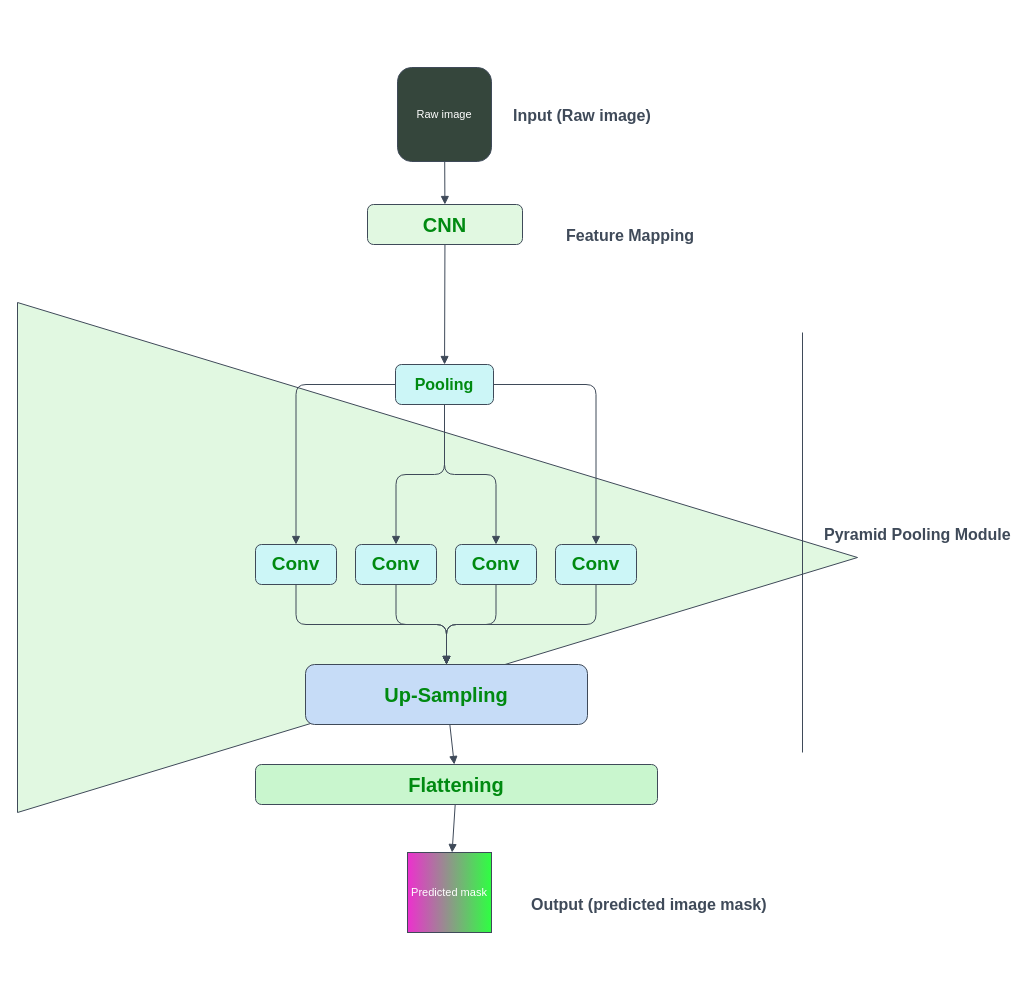
This is reports/06-model-pspnet-rosner-architecture.drawio from YOHANCOHENCODES/jun26_bcds_cloud_segmentation, a draw.io file, before an edit. Source tidied: cells renumbered, new cells numbered last; positions are measured from the earlier drawing's top-left corner, leaving out a move shared by most shapes. Both pictures are drawn from the tidied source at 100%, with x=0, y=0 at pixel (17, 67).
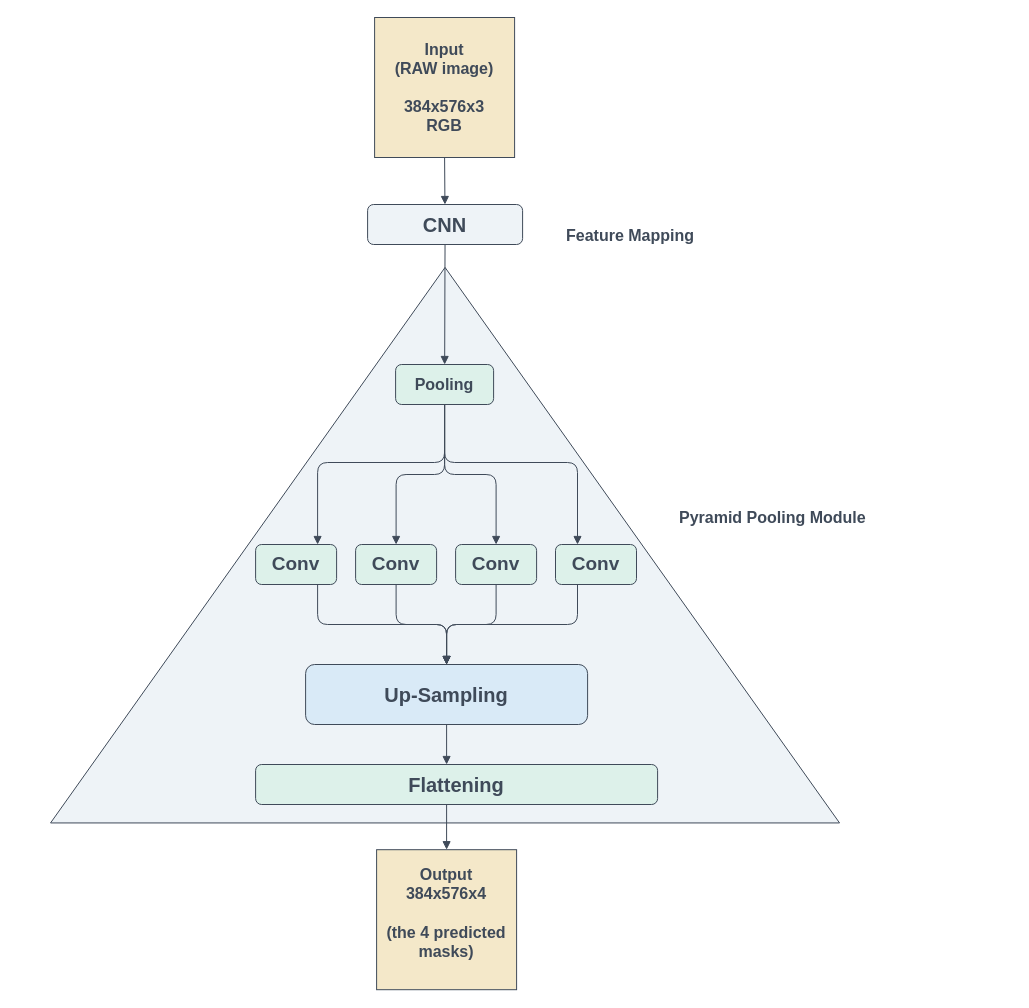
The same diagram, later.

Commit message (it also covers changes not shown here):
Re-fitted the PSPNet + added new graphs in figures dir

Diff of the diagram source:
```diff
@@
-    <mxCell id="2" style="shape=triangle;whiteSpace=wrap;html=1;fillColor=#E1F8E1;strokeColor=#3F4A59;" parent="1" vertex="1">
-      <mxGeometry y="235" width="840" height="510" as="geometry" />
+    <mxCell id="2" style="shape=triangle;whiteSpace=wrap;html=1;fillColor=light-dark(#EEF3F7,#F4E8C9);strokeColor=#3F4A59;rotation=-90;" parent="1" vertex="1">
+      <mxGeometry x="149.8" y="83.2" width="555.5" height="789" as="geometry" />
     </mxCell>
-    <mxCell id="3" value="Raw image" style="rounded=1;whiteSpace=wrap;html=1;fillColor=#35463C;strokeColor=#3F4A59;fontColor=#FFFFFF;fontSize=11;" parent="1" vertex="1">
-      <mxGeometry x="380" width="94" height="94" as="geometry" />
-    </mxCell>
-    <mxCell id="4" value="Input (Raw image)" style="text;html=1;strokeColor=none;fillColor=none;align=left;verticalAlign=middle;fontColor=#3F4A59;fontSize=16;fontStyle=1;" parent="1" vertex="1">
-      <mxGeometry x="494" y="30" width="210" height="35" as="geometry" />
-    </mxCell>
-    <mxCell id="5" value="CNN" style="rounded=1;whiteSpace=wrap;html=1;fillColor=#E1F8E1;strokeColor=#3F4A59;fontColor=#008A11;fontSize=20;fontStyle=1;" parent="1" vertex="1">
-      <mxGeometry x="350" y="137" width="155" height="40" as="geometry" />
+    <mxCell id="5" value="CNN" style="rounded=1;whiteSpace=wrap;html=1;fillColor=#EEF3F7;strokeColor=#3F4A59;fontColor=#3F4A59;fontSize=20;fontStyle=1;" parent="1" vertex="1">
+      <mxGeometry x="350.1" y="137" width="155" height="40" as="geometry" />
     </mxCell>
@@
-    <mxCell id="7" value="Pooling" style="rounded=1;whiteSpace=wrap;html=1;fillColor=#CCF6F7;strokeColor=#3F4A59;fontColor=#008A11;fontSize=16;fontStyle=1;" parent="1" vertex="1">
-      <mxGeometry x="378" y="297" width="98" height="40" as="geometry" />
+    <mxCell id="7" value="Pooling" style="rounded=1;whiteSpace=wrap;html=1;fillColor=#DDF1EA;strokeColor=#3F4A59;fontColor=#3F4A59;fontSize=16;fontStyle=1;" parent="1" vertex="1">
+      <mxGeometry x="378.1" y="297" width="98" height="40" as="geometry" />
     </mxCell>
-    <mxCell id="8" value="Conv" style="rounded=1;whiteSpace=wrap;html=1;fillColor=#CCF6F7;strokeColor=#3F4A59;fontColor=#008A11;fontSize=19;fontStyle=1;" parent="1" vertex="1">
-      <mxGeometry x="238" y="477" width="81" height="40" as="geometry" />
+    <mxCell id="8" value="Conv" style="rounded=1;whiteSpace=wrap;html=1;fillColor=#DDF1EA;strokeColor=#3F4A59;fontColor=#3F4A59;fontSize=19;fontStyle=1;" parent="1" vertex="1">
+      <mxGeometry x="238.1" y="477" width="81" height="40" as="geometry" />
     </mxCell>
-    <mxCell id="9" value="Conv" style="rounded=1;whiteSpace=wrap;html=1;fillColor=#CCF6F7;strokeColor=#3F4A59;fontColor=#008A11;fontSize=19;fontStyle=1;" parent="1" vertex="1">
-      <mxGeometry x="338" y="477" width="81" height="40" as="geometry" />
+    <mxCell id="9" value="Conv" style="rounded=1;whiteSpace=wrap;html=1;fillColor=#DDF1EA;strokeColor=#3F4A59;fontColor=#3F4A59;fontSize=19;fontStyle=1;" parent="1" vertex="1">
+      <mxGeometry x="338.1" y="477" width="81" height="40" as="geometry" />
     </mxCell>
-    <mxCell id="10" value="Conv" style="rounded=1;whiteSpace=wrap;html=1;fillColor=#CCF6F7;strokeColor=#3F4A59;fontColor=#008A11;fontSize=19;fontStyle=1;" parent="1" vertex="1">
-      <mxGeometry x="438" y="477" width="81" height="40" as="geometry" />
+    <mxCell id="10" value="Conv" style="rounded=1;whiteSpace=wrap;html=1;fillColor=#DDF1EA;strokeColor=#3F4A59;fontColor=#3F4A59;fontSize=19;fontStyle=1;" parent="1" vertex="1">
+      <mxGeometry x="438.1" y="477" width="81" height="40" as="geometry" />
     </mxCell>
-    <mxCell id="11" value="Conv" style="rounded=1;whiteSpace=wrap;html=1;fillColor=#CCF6F7;strokeColor=#3F4A59;fontColor=#008A11;fontSize=19;fontStyle=1;" parent="1" vertex="1">
+    <mxCell id="11" value="Conv" style="rounded=1;whiteSpace=wrap;html=1;fillColor=#DDF1EA;strokeColor=#3F4A59;fontColor=#3F4A59;fontSize=19;fontStyle=1;" parent="1" vertex="1">
       <mxGeometry x="538" y="477" width="81" height="40" as="geometry" />
     </mxCell>
-    <mxCell id="12" value="Up-Sampling" style="rounded=1;whiteSpace=wrap;html=1;fillColor=#C6DCF7;strokeColor=#3F4A59;fontColor=#008A11;fontSize=20;fontStyle=1;" parent="1" vertex="1">
-      <mxGeometry x="288" y="597" width="282" height="60" as="geometry" />
+    <mxCell id="12" value="Up-Sampling" style="rounded=1;whiteSpace=wrap;html=1;fillColor=#D9EAF7;strokeColor=#3F4A59;fontColor=#3F4A59;fontSize=20;fontStyle=1;" parent="1" vertex="1">
+      <mxGeometry x="288.1" y="597" width="282" height="60" as="geometry" />
     </mxCell>
-    <mxCell id="13" value="Flattening" style="rounded=1;whiteSpace=wrap;html=1;fillColor=#C9F6CE;strokeColor=#3F4A59;fontColor=#008A11;fontSize=20;fontStyle=1;" parent="1" vertex="1">
-      <mxGeometry x="238" y="697" width="402" height="40" as="geometry" />
+    <mxCell id="13" value="Flattening" style="rounded=1;whiteSpace=wrap;html=1;fillColor=#DDF1EA;strokeColor=#3F4A59;fontColor=#3F4A59;fontSize=20;fontStyle=1;" parent="1" vertex="1">
+      <mxGeometry x="238.1" y="697" width="402" height="40" as="geometry" />
     </mxCell>
-    <mxCell id="14" value="Predicted mask" style="whiteSpace=wrap;html=1;fillColor=#ED30CE;gradientColor=#2EFF42;gradientDirection=east;strokeColor=#3F4A59;fontColor=#FFFFFF;fontSize=11;" parent="1" vertex="1">
-      <mxGeometry x="390" y="785" width="84" height="80" as="geometry" />
+    <mxCell id="14" style="whiteSpace=wrap;html=1;fillColor=light-dark(#F4E8C9,#F4E8C9);gradientColor=none;gradientDirection=east;strokeColor=#3F4A59;fontColor=#000000;fontSize=11;" parent="1" vertex="1">
+      <mxGeometry x="359.1" y="782.2" width="140" height="140" as="geometry" />
     </mxCell>
-    <mxCell id="15" value="Output (predicted image mask)" style="text;html=1;strokeColor=none;fillColor=none;align=left;verticalAlign=middle;fontColor=#3F4A59;fontSize=16;fontStyle=1;" parent="1" vertex="1">
-      <mxGeometry x="512" y="817" width="240" height="40" as="geometry" />
+    <mxCell id="15" value="Output&lt;br&gt;384x576x4&lt;br&gt;&lt;br&gt;(the 4 predicted masks)&lt;br&gt;&lt;div&gt;&lt;br/&gt;&lt;/div&gt;" style="text;html=1;strokeColor=none;fillColor=none;align=center;verticalAlign=middle;fontColor=#3F4A59;fontSize=16;fontStyle=1;whiteSpace=wrap;" parent="1" vertex="1">
+      <mxGeometry x="364.1" y="810" width="130" height="90" as="geometry" />
     </mxCell>
     <mxCell id="16" value="Pyramid Pooling Module" style="text;html=1;strokeColor=none;fillColor=none;align=left;verticalAlign=middle;fontColor=#3F4A59;fontSize=16;fontStyle=1;" parent="1" vertex="1">
-      <mxGeometry x="805" y="432" width="140" height="70" as="geometry" />
+      <mxGeometry x="660" y="415" width="140" height="70" as="geometry" />
     </mxCell>
-    <mxCell id="17" style="endArrow=none;startArrow=none;strokeColor=#3F4A59;" parent="1" edge="1">
-      <mxGeometry relative="1" as="geometry">
-        <mxPoint x="785" y="265" as="sourcePoint" />
-        <mxPoint x="785" y="685" as="targetPoint" />
-      </mxGeometry>
-    </mxCell>
-    <mxCell id="18" style="endArrow=block;endFill=1;strokeColor=#3F4A59;" parent="1" edge="1" source="3" target="5">
+    <mxCell id="18" style="endArrow=block;endFill=1;strokeColor=#3F4A59;exitX=0.5;exitY=1;exitDx=0;exitDy=0;" parent="1" edge="1" source="30" target="5">
       <mxGeometry relative="1" as="geometry" />
     </mxCell>
@@
     <mxCell id="20" style="edgeStyle=orthogonalEdgeStyle;endArrow=block;endFill=1;strokeColor=#3F4A59;" parent="1" edge="1" source="7" target="8">
-      <mxGeometry relative="1" as="geometry" />
+      <mxGeometry relative="1" as="geometry">
+        <Array as="points">
+          <mxPoint x="427.1" y="395" />
+          <mxPoint x="300.1" y="395" />
+        </Array>
+      </mxGeometry>
     </mxCell>
@@
     <mxCell id="23" style="edgeStyle=orthogonalEdgeStyle;endArrow=block;endFill=1;strokeColor=#3F4A59;" parent="1" edge="1" source="7" target="11">
-      <mxGeometry relative="1" as="geometry" />
+      <mxGeometry relative="1" as="geometry">
+        <Array as="points">
+          <mxPoint x="427.1" y="395" />
+          <mxPoint x="560" y="395" />
+        </Array>
+      </mxGeometry>
     </mxCell>
     <mxCell id="24" style="edgeStyle=orthogonalEdgeStyle;endArrow=block;endFill=1;strokeColor=#3F4A59;" parent="1" edge="1" source="8" target="12">
-      <mxGeometry relative="1" as="geometry" />
+      <mxGeometry relative="1" as="geometry">
+        <Array as="points">
+          <mxPoint x="300.1" y="557" />
+          <mxPoint x="429.1" y="557" />
+        </Array>
+      </mxGeometry>
     </mxCell>
@@
     <mxCell id="27" style="edgeStyle=orthogonalEdgeStyle;endArrow=block;endFill=1;strokeColor=#3F4A59;" parent="1" edge="1" source="11" target="12">
-      <mxGeometry relative="1" as="geometry" />
+      <mxGeometry relative="1" as="geometry">
+        <Array as="points">
+          <mxPoint x="560" y="557" />
+          <mxPoint x="429.1" y="557" />
+        </Array>
+      </mxGeometry>
     </mxCell>
-    <mxCell id="28" style="endArrow=block;endFill=1;strokeColor=#3F4A59;" parent="1" edge="1" source="12" target="13">
-      <mxGeometry relative="1" as="geometry" />
+    <mxCell id="28" style="endArrow=block;endFill=1;strokeColor=#3F4A59;" parent="1" edge="1" source="12">
+      <mxGeometry relative="1" as="geometry">
+        <mxPoint x="429.1" y="697" as="targetPoint" />
+      </mxGeometry>
     </mxCell>
-    <mxCell id="29" style="endArrow=block;endFill=1;strokeColor=#3F4A59;" parent="1" edge="1" source="13" target="14">
-      <mxGeometry relative="1" as="geometry" />
+    <mxCell id="29" style="endArrow=block;endFill=1;strokeColor=#3F4A59;" parent="1" edge="1" target="14">
+      <mxGeometry relative="1" as="geometry">
+        <mxPoint x="429.1" y="737" as="sourcePoint" />
+      </mxGeometry>
     </mxCell>
+    <mxCell id="30" style="whiteSpace=wrap;html=1;fillColor=light-dark(#F4E8C9,#F4E8C9);gradientColor=none;gradientDirection=east;strokeColor=#3F4A59;fontColor=#FFFFFF;fontSize=11;" parent="1" vertex="1">
+      <mxGeometry x="357.1" y="-50" width="140" height="140" as="geometry" />
+    </mxCell>
+    <mxCell id="31" value="Input&lt;br&gt;(RAW image)&lt;br&gt;&lt;br&gt;384x576x3&lt;br&gt;RGB" style="text;html=1;strokeColor=none;fillColor=none;align=center;verticalAlign=middle;fontColor=#3F4A59;fontSize=16;fontStyle=1;whiteSpace=wrap;" parent="1" vertex="1">
+      <mxGeometry x="362.1" width="130" height="40" as="geometry" />
+    </mxCell>
```
